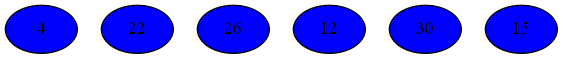
This is Compiler/12iGraph.png from mbajaj92/Project-Astoria, a Graphviz export, as it was before one commit. Its source is kept beside it as Compiler/12iGraph.dot.
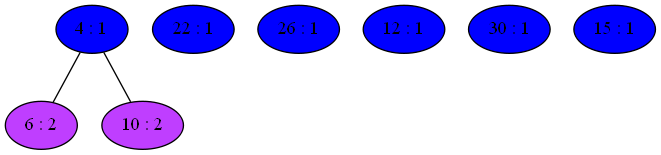
Later version of the same file.

What changed in the source:
```diff
@@ -1,8 +1,14 @@
 strict graph {
-4[label="4" style=filled fillcolor="blue1"];
-22[label="22" style=filled fillcolor="blue1"];
-26[label="26" style=filled fillcolor="blue1"];
-12[label="12" style=filled fillcolor="blue1"];
-30[label="30" style=filled fillcolor="blue1"];
-15[label="15" style=filled fillcolor="blue1"];
+4[label="4 : 1" style=filled fillcolor="blue1"];
+4 -- 6
+4 -- 10
+22[label="22 : 1" style=filled fillcolor="blue1"];
+6[label="6 : 2" style=filled fillcolor="darkorchid1"];
+6 -- 4
+26[label="26 : 1" style=filled fillcolor="blue1"];
+10[label="10 : 2" style=filled fillcolor="darkorchid1"];
+10 -- 4
+12[label="12 : 1" style=filled fillcolor="blue1"];
+30[label="30 : 1" style=filled fillcolor="blue1"];
+15[label="15 : 1" style=filled fillcolor="blue1"];
 }
```
